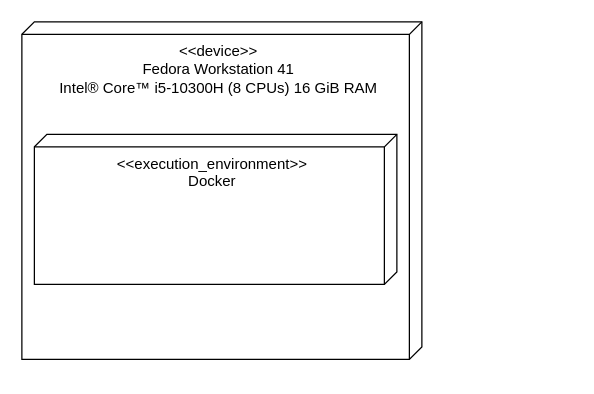
Above: assets/deployment-model.drawio in joevtap/distributed-systems-jms-demo (draw.io), before the change. Source tidied: cells renumbered, new cells numbered last; positions are measured from the earlier drawing's top-left corner, leaving out a move shared by most shapes. Both pictures are drawn from the tidied source at 125%, with x=0, y=0 at pixel (21, 21).
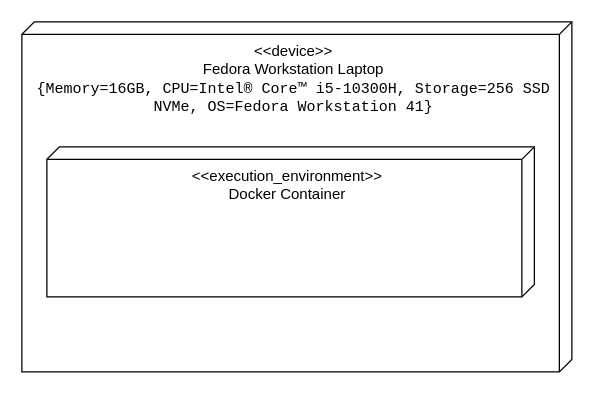
Above is the later version.

Diff of the diagram source:
```diff
@@
 <mxGraphModel>
   <root>
     <mxCell id="0" />
     <mxCell id="1" parent="0" />
-    <mxCell id="2" value="&lt;div&gt;&amp;lt;&amp;lt;device&amp;gt;&amp;gt;&lt;/div&gt;&lt;div&gt;Fedora Workstation 41&lt;/div&gt;Intel® Core™ i5-10300H (8 CPUs) 16 GiB RAM" style="verticalAlign=top;align=center;shape=cube;size=10;direction=south;fontStyle=0;html=1;boundedLbl=1;spacingLeft=5;whiteSpace=wrap;" parent="1" vertex="1">
-      <mxGeometry width="320" height="270" as="geometry" />
+    <mxCell id="2" value="&lt;div&gt;&amp;lt;&amp;lt;device&amp;gt;&amp;gt;&lt;/div&gt;&lt;div&gt;Fedora Workstation Laptop&lt;/div&gt;&lt;font face=&quot;monospace&quot;&gt;{Memory=16GB, CPU=Intel® Core™ i5-10300H,&amp;nbsp;Storage=256 SSD NVMe, OS=Fedora Workstation 41}&lt;/font&gt;" style="verticalAlign=top;align=center;shape=cube;size=10;direction=south;fontStyle=0;html=1;boundedLbl=1;spacingLeft=5;whiteSpace=wrap;" parent="1" vertex="1">
+      <mxGeometry width="440" height="280" as="geometry" />
     </mxCell>
-    <mxCell id="3" value="&amp;lt;&amp;lt;execution_environment&amp;gt;&amp;gt;&lt;div&gt;Docker&lt;/div&gt;" style="verticalAlign=top;align=center;shape=cube;size=10;direction=south;html=1;boundedLbl=1;spacingLeft=5;whiteSpace=wrap;" parent="2" vertex="1">
-      <mxGeometry width="290" height="120" relative="1" as="geometry">
-        <mxPoint x="10" y="90" as="offset" />
+    <mxCell id="3" value="&amp;lt;&amp;lt;execution_environment&amp;gt;&amp;gt;&lt;div&gt;Docker Container&lt;/div&gt;" style="verticalAlign=top;align=center;shape=cube;size=10;direction=south;html=1;boundedLbl=1;spacingLeft=5;whiteSpace=wrap;" parent="2" vertex="1">
+      <mxGeometry width="390" height="120" relative="1" as="geometry">
+        <mxPoint x="20" y="100" as="offset" />
       </mxGeometry>
     </mxCell>
   </root>
 </mxGraphModel>
```
